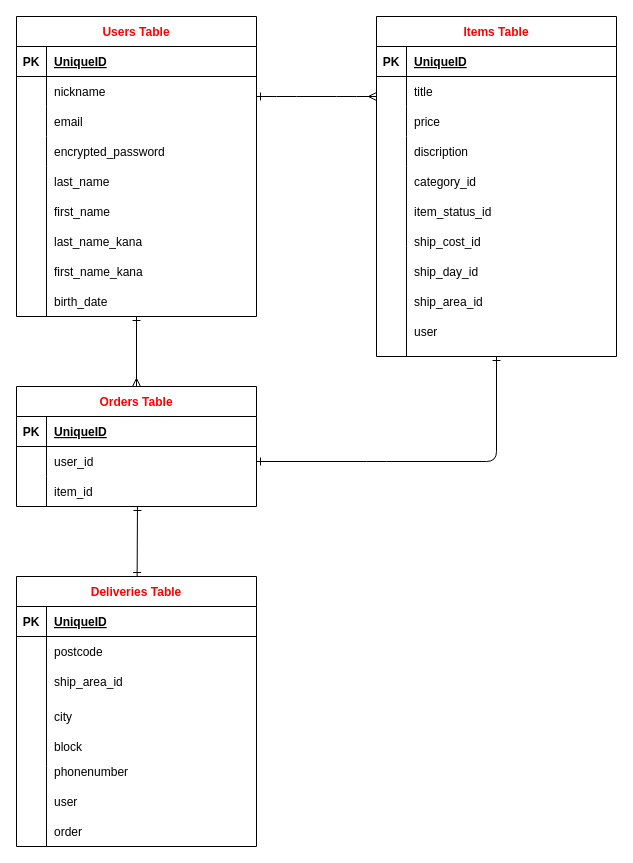
Before: furima-er.dio in sho-itsuka/furima-37665, a draw.io diagram. Source tidied: cells renumbered, new cells numbered last; positions are measured from the earlier drawing's top-left corner, leaving out a move shared by most shapes. Both pictures are drawn from the tidied source at 100%, with x=0, y=0 at pixel (16, 16).
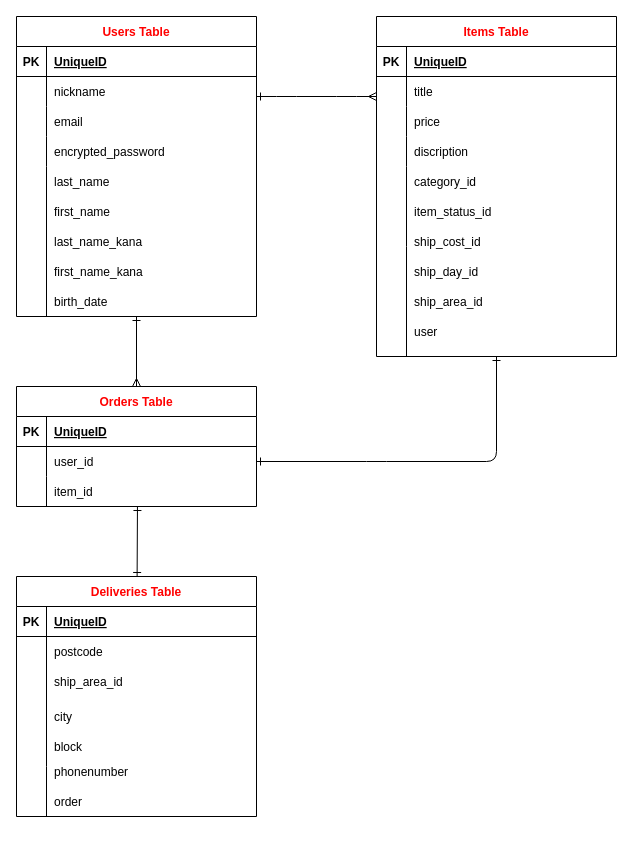
Above is the later version.

What changed in the source:
```diff
@@
     <mxCell id="44" value="Deliveries Table" style="shape=table;startSize=30;childLayout=tableLayout;rowLines=0;fontStyle=1;align=center;strokeColor=default;fillColor=none;fontColor=#FF0000;" parent="1" vertex="1">
-      <mxGeometry y="560" width="240" height="270" as="geometry" />
+      <mxGeometry y="560" width="240" height="240" as="geometry" />
     </mxCell>
@@
     <mxCell id="72" style="endArrow=none;html=1;rounded=0;" parent="1" edge="1">
       <mxGeometry relative="1" as="geometry">
         <mxPoint x="30" y="750" as="sourcePoint" />
-        <mxPoint x="30" y="830" as="targetPoint" />
+        <mxPoint x="30" y="800" as="targetPoint" />
       </mxGeometry>
     </mxCell>
     <mxCell id="73" value="order" style="shape=partialRectangle;fillColor=none;top=0;left=0;bottom=0;right=0;align=left;spacingLeft=6;overflow=hidden;strokeColor=default;" parent="1" vertex="1">
-      <mxGeometry x="30" y="800" width="210" height="30" as="geometry" />
+      <mxGeometry x="30" y="770" width="210" height="30" as="geometry" />
     </mxCell>
-    <mxCell id="74" value="user" style="shape=partialRectangle;fillColor=none;top=0;left=0;bottom=0;right=0;align=left;spacingLeft=6;overflow=hidden;strokeColor=default;" parent="1" vertex="1">
-      <mxGeometry x="30" y="770" width="210" height="30" as="geometry" />
-    </mxCell>
```
